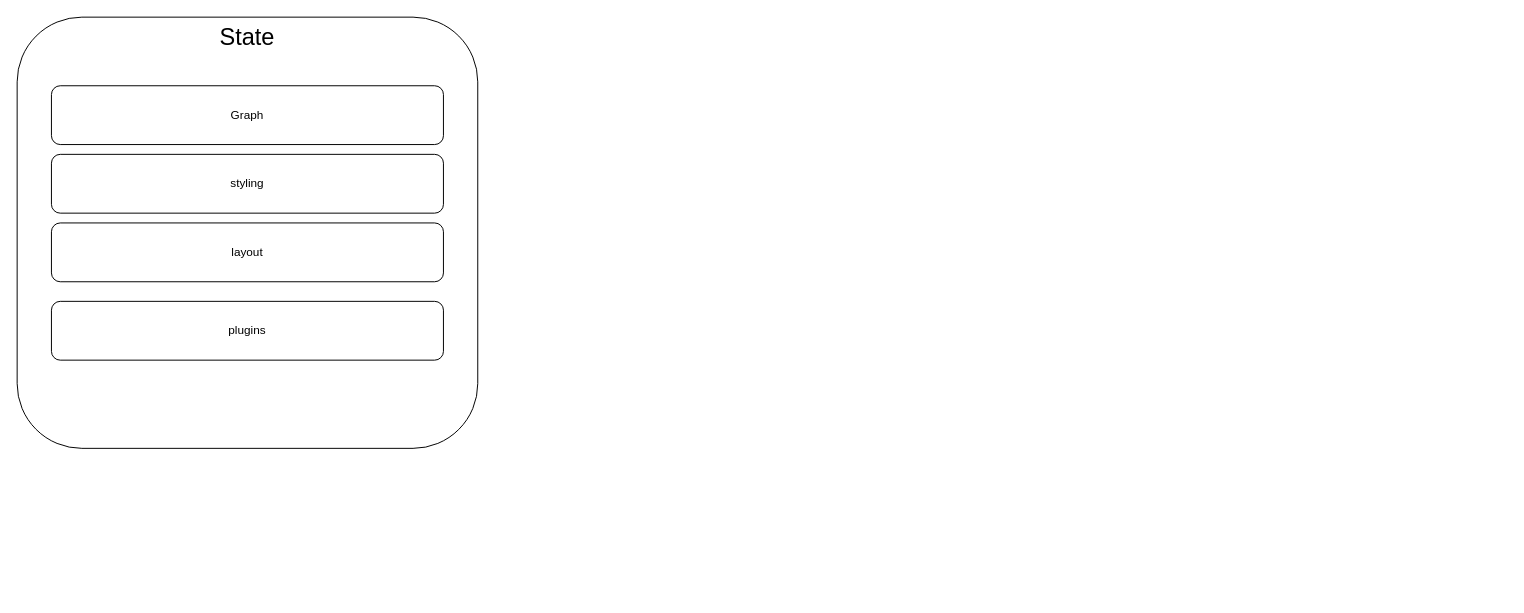
This is Untitled Diagram.drawio from invana/invana, a draw.io file, before an edit. Source tidied: cells renumbered, new cells numbered last; positions are measured from the earlier drawing's top-left corner, leaving out a move shared by most shapes. Both pictures are drawn from the tidied source at 98%, with x=0, y=0 at pixel (17, 17).
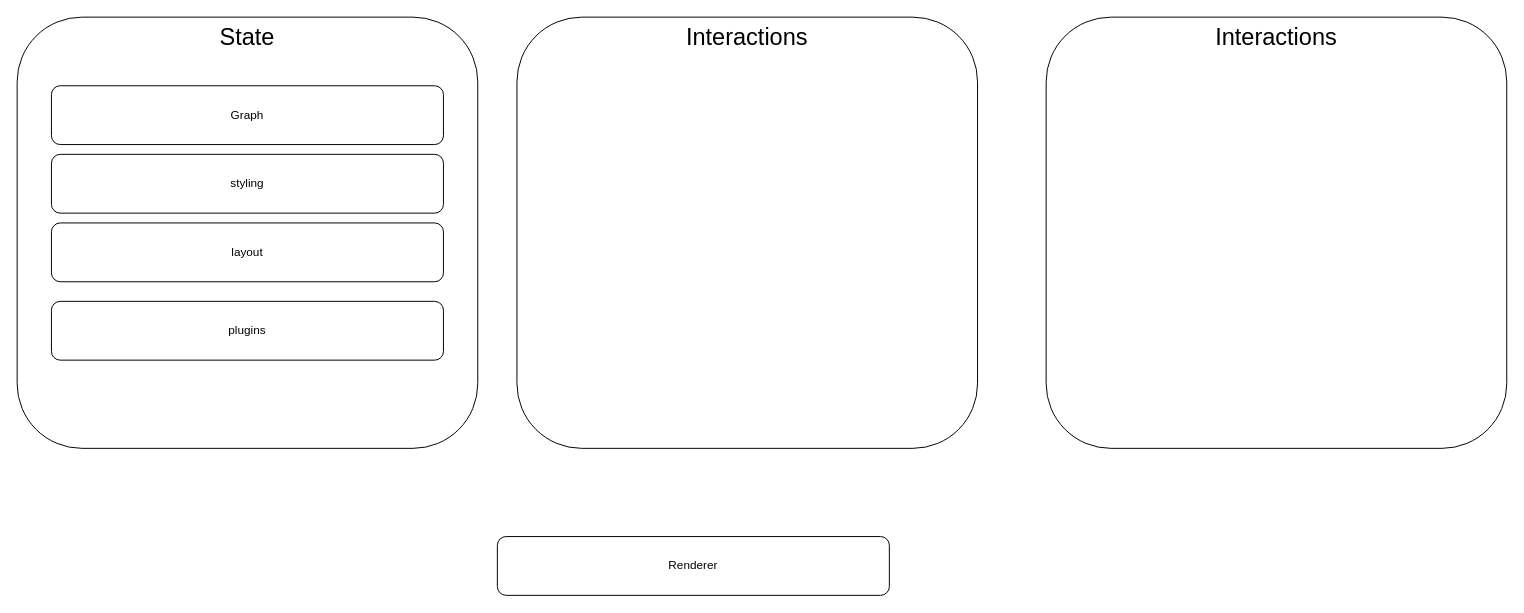
The same diagram, later.

Diff of the diagram source:
```diff
@@
 <mxGraphModel>
   <root>
     <mxCell id="0" />
     <mxCell id="1" parent="0" />
     <mxCell id="2" value="&lt;font style=&quot;font-size: 24px;&quot;&gt;State&lt;/font&gt;" style="rounded=1;whiteSpace=wrap;html=1;align=center;horizontal=1;verticalAlign=top;" parent="1" vertex="1">
       <mxGeometry width="470" height="440" as="geometry" />
     </mxCell>
     <mxCell id="3" value="Graph" style="rounded=1;whiteSpace=wrap;html=1;" parent="1" vertex="1">
       <mxGeometry x="35" y="70" width="400" height="60" as="geometry" />
     </mxCell>
     <mxCell id="4" value="styling" style="rounded=1;whiteSpace=wrap;html=1;" parent="1" vertex="1">
       <mxGeometry x="35" y="140" width="400" height="60" as="geometry" />
     </mxCell>
     <mxCell id="5" value="layout" style="rounded=1;whiteSpace=wrap;html=1;" parent="1" vertex="1">
       <mxGeometry x="35" y="210" width="400" height="60" as="geometry" />
     </mxCell>
     <mxCell id="6" value="plugins" style="rounded=1;whiteSpace=wrap;html=1;" parent="1" vertex="1">
       <mxGeometry x="35" y="290" width="400" height="60" as="geometry" />
     </mxCell>
+    <mxCell id="7" value="Renderer" style="rounded=1;whiteSpace=wrap;html=1;" parent="1" vertex="1">
+      <mxGeometry x="490" y="530" width="400" height="60" as="geometry" />
+    </mxCell>
+    <mxCell id="8" value="&lt;font style=&quot;font-size: 24px;&quot;&gt;Interactions&lt;/font&gt;" style="rounded=1;whiteSpace=wrap;html=1;align=center;horizontal=1;verticalAlign=top;" parent="1" vertex="1">
+      <mxGeometry x="510" width="470" height="440" as="geometry" />
+    </mxCell>
+    <mxCell id="9" value="&lt;font style=&quot;font-size: 24px;&quot;&gt;Interactions&lt;/font&gt;" style="rounded=1;whiteSpace=wrap;html=1;align=center;horizontal=1;verticalAlign=top;" parent="1" vertex="1">
+      <mxGeometry x="1050" width="470" height="440" as="geometry" />
+    </mxCell>
   </root>
 </mxGraphModel>
```
